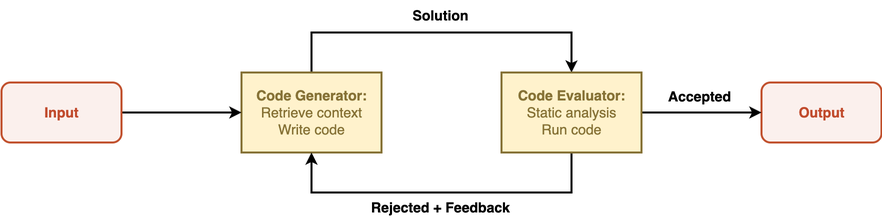
This is media/Evaluator_optimizer.png from ellingsvee/JutulGPT, a draw.io export, as it was before one commit. Source tidied: cells renumbered, new cells last; positions are measured from the earlier drawing's top-left corner, leaving out a move shared by most shapes.
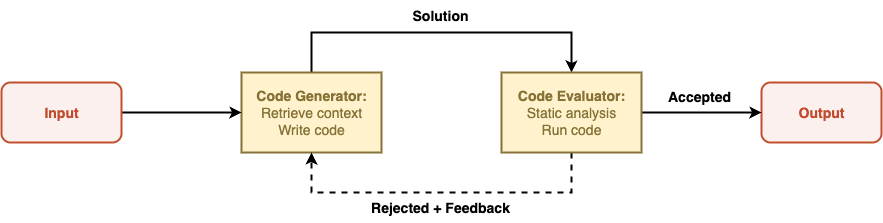
After the commit.

What changed in the source:
```diff
@@ -22,7 +22,7 @@
     <mxCell id="6" value="&lt;b&gt;&lt;font style=&quot;font-size: 14px; color: rgb(193, 75, 45);&quot;&gt;Output&lt;/font&gt;&lt;/b&gt;" style="rounded=1;whiteSpace=wrap;html=1;strokeWidth=2;fillColor=#FBF0ED;strokeColor=#C1512E;" parent="1" vertex="1">
       <mxGeometry x="760" y="82" width="120" height="60" as="geometry" />
     </mxCell>
-    <mxCell id="7" style="edgeStyle=orthogonalEdgeStyle;rounded=0;jettySize=auto;html=1;entryX=0.5;entryY=1;entryDx=0;entryDy=0;strokeWidth=2;" parent="1" edge="1" source="9" target="3">
+    <mxCell id="7" style="edgeStyle=orthogonalEdgeStyle;rounded=0;jettySize=auto;html=1;entryX=0.5;entryY=1;entryDx=0;entryDy=0;strokeWidth=2;dashed=1;" parent="1" edge="1" source="9" target="3">
       <mxGeometry relative="1" as="geometry">
         <Array as="points">
           <mxPoint x="570" y="192" />
```
